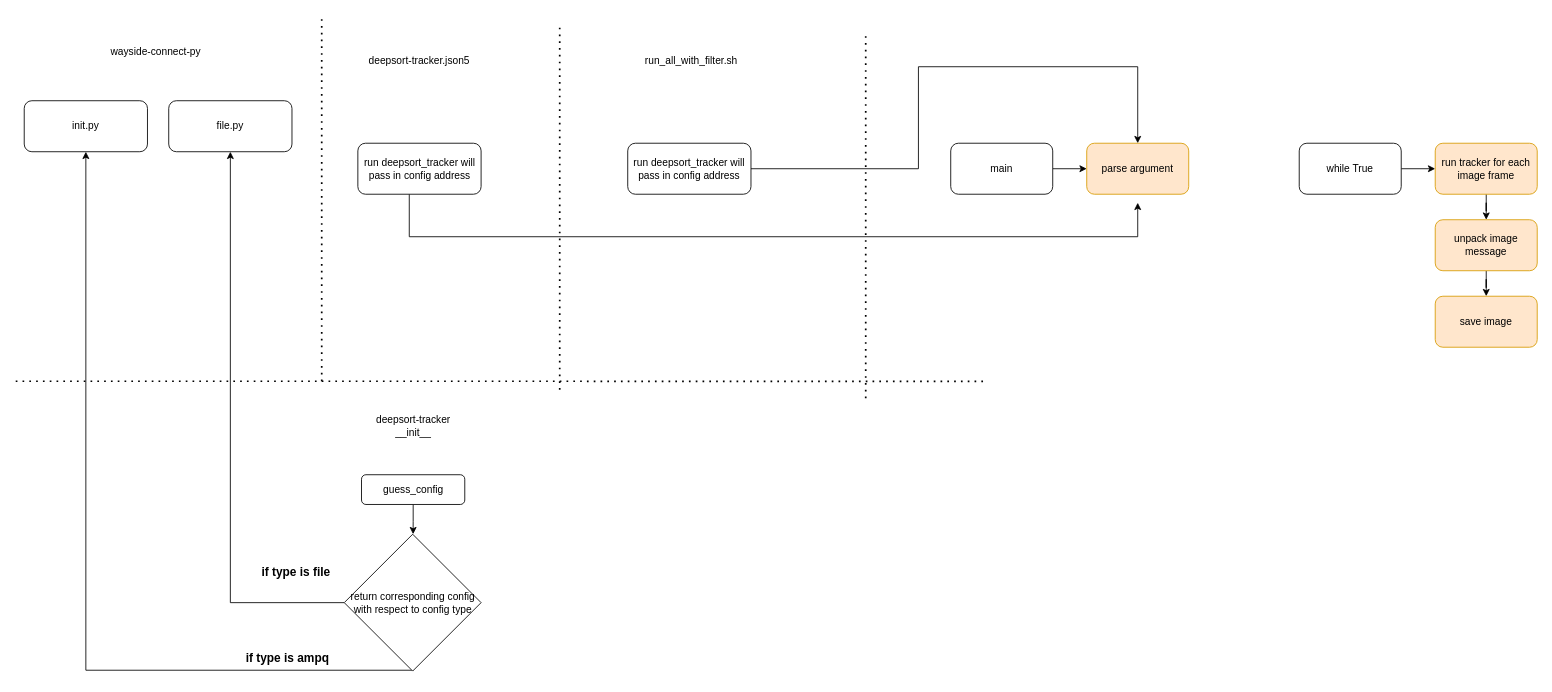
Before: page "main flow" (1 of 2) of deepsort_tracker.drawio in YueChuCheng/Wayside_draw, a draw.io diagram. Source tidied: cells renumbered, new cells numbered last; positions are measured from the earlier drawing's top-left corner, leaving out a move shared by most shapes. Both pictures are drawn from the tidied source at 85%, with x=0, y=0 at pixel (15, 15).
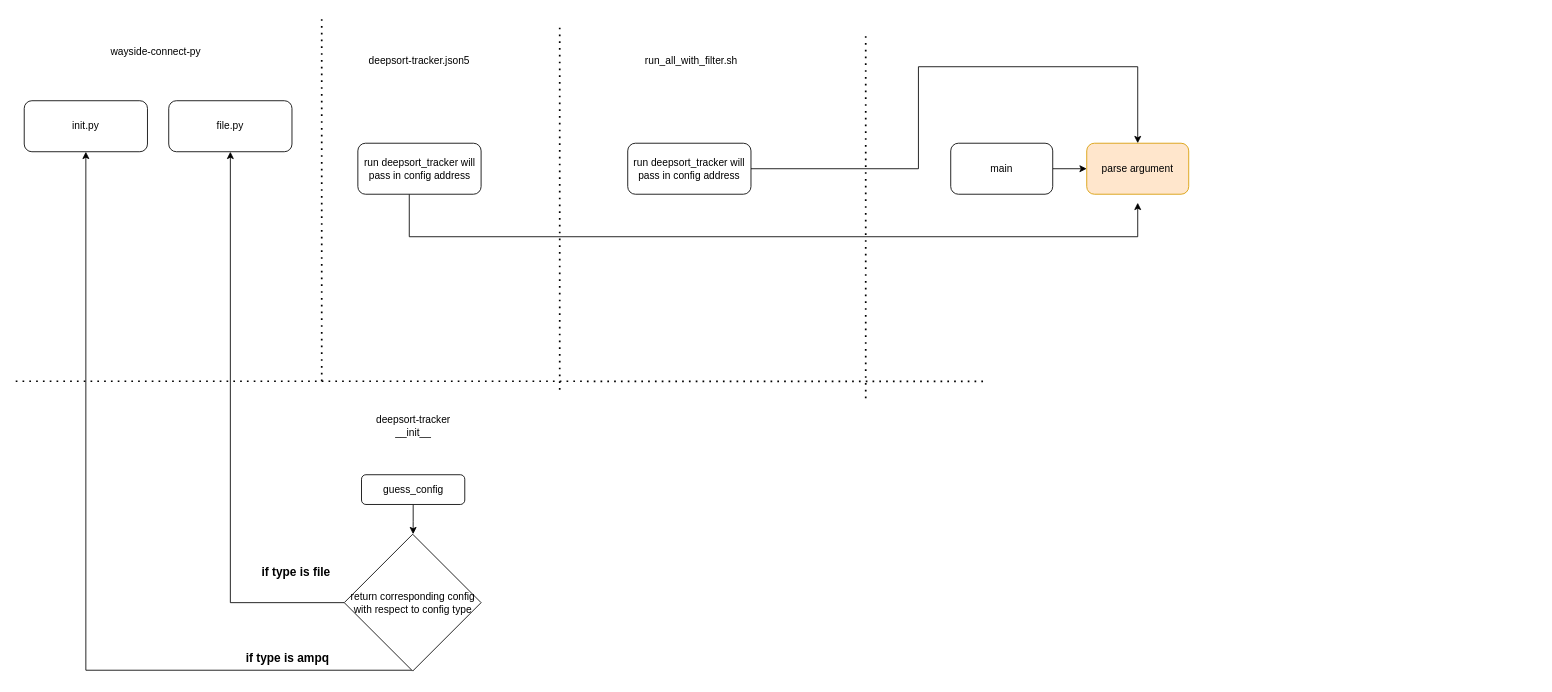
The same diagram, later.

The edit, as a diff of the source:
```diff
@@
-    <mxCell id="2" style="edgeStyle=orthogonalEdgeStyle;rounded=0;jettySize=auto;html=1;" parent="1" edge="1" source="3" target="5">
-      <mxGeometry relative="1" as="geometry" />
-    </mxCell>
-    <mxCell id="3" value="while True" style="rounded=1;whiteSpace=wrap;html=1;" parent="1" vertex="1">
-      <mxGeometry x="1510" y="150" width="120" height="60" as="geometry" />
-    </mxCell>
-    <mxCell id="4" style="edgeStyle=orthogonalEdgeStyle;rounded=0;jettySize=auto;html=1;" parent="1" edge="1" source="5" target="7">
-      <mxGeometry relative="1" as="geometry" />
-    </mxCell>
-    <mxCell id="5" value="run tracker for each image frame" style="rounded=1;whiteSpace=wrap;html=1;fillColor=#ffe6cc;strokeColor=#d79b00;" parent="1" vertex="1">
-      <mxGeometry x="1670" y="150" width="120" height="60" as="geometry" />
-    </mxCell>
-    <mxCell id="6" style="edgeStyle=orthogonalEdgeStyle;rounded=0;jettySize=auto;html=1;" parent="1" edge="1" source="7" target="8">
-      <mxGeometry relative="1" as="geometry" />
-    </mxCell>
-    <mxCell id="7" value="unpack image message" style="rounded=1;whiteSpace=wrap;html=1;fillColor=#ffe6cc;strokeColor=#d79b00;" parent="1" vertex="1">
-      <mxGeometry x="1670" y="240" width="120" height="60" as="geometry" />
-    </mxCell>
-    <mxCell id="8" value="save image" style="rounded=1;whiteSpace=wrap;html=1;fillColor=#ffe6cc;strokeColor=#d79b00;" parent="1" vertex="1">
-      <mxGeometry x="1670" y="330" width="120" height="60" as="geometry" />
-    </mxCell>
```
